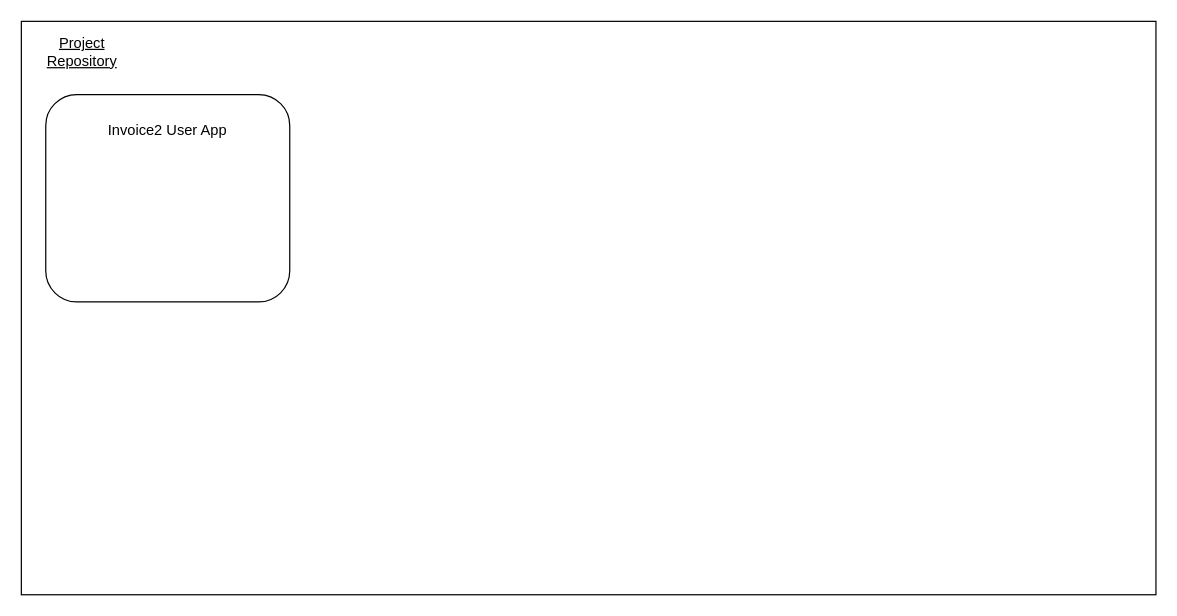
Earlier version of the draw.io diagram ProjectRepository.drawio (terabajt/invoices2). Source tidied: cells renumbered, new cells numbered last; positions are measured from the earlier drawing's top-left corner, leaving out a move shared by most shapes. Both pictures are drawn from the tidied source at 122%, with x=0, y=0 at pixel (21, 21).
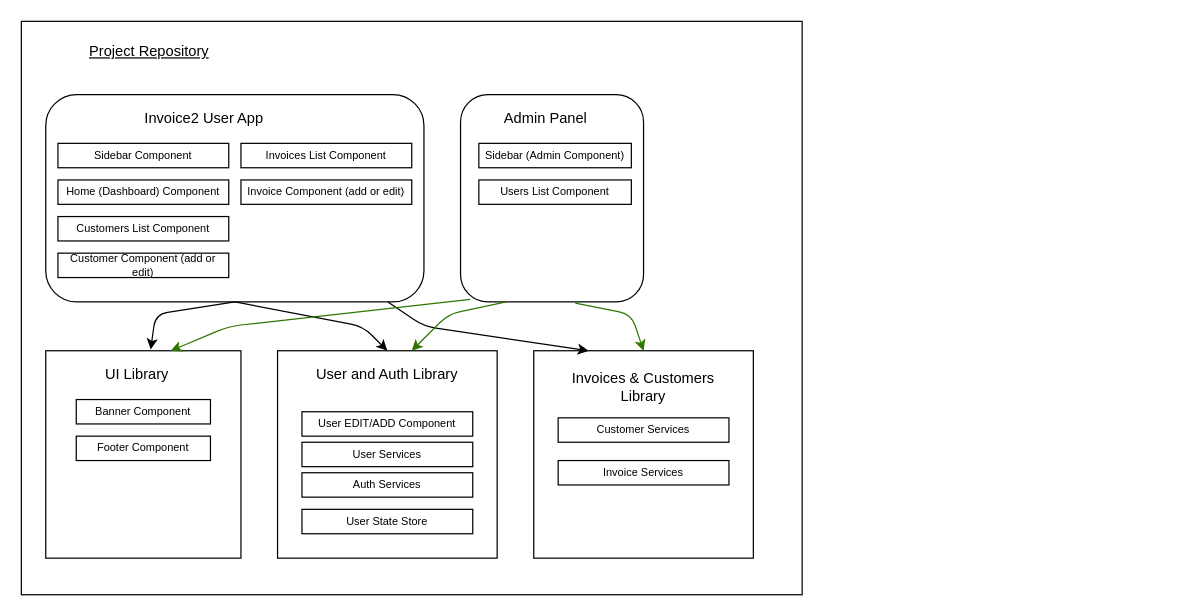
The same page after the edit.

Commit message (it also covers changes not shown here):
Added new elements to the diagram

What changed in the source:
```diff
@@
     <mxCell id="2" style="rounded=0;whiteSpace=wrap;html=1;" parent="1" vertex="1">
-      <mxGeometry width="930" height="470" as="geometry" />
+      <mxGeometry width="640" height="470" as="geometry" />
     </mxCell>
     <mxCell id="3" value="&lt;u&gt;Project Repository&lt;/u&gt;" style="text;html=1;strokeColor=none;fillColor=none;align=center;verticalAlign=middle;whiteSpace=wrap;rounded=0;" parent="1" vertex="1">
-      <mxGeometry x="20" y="10" width="60" height="30" as="geometry" />
+      <mxGeometry x="20" y="10" width="170" height="30" as="geometry" />
     </mxCell>
     <mxCell id="4" style="rounded=1;whiteSpace=wrap;html=1;" parent="1" vertex="1">
-      <mxGeometry x="20" y="60" width="200" height="170" as="geometry" />
+      <mxGeometry x="20" y="60" width="310" height="170" as="geometry" />
     </mxCell>
     <mxCell id="5" value="Invoice2 User App" style="text;html=1;strokeColor=none;fillColor=none;align=center;verticalAlign=middle;whiteSpace=wrap;rounded=0;" parent="1" vertex="1">
-      <mxGeometry x="65" y="70" width="110" height="40" as="geometry" />
+      <mxGeometry x="95" y="60" width="110" height="40" as="geometry" />
     </mxCell>
+    <mxCell id="6" value="Sidebar Component" style="whiteSpace=wrap;html=1;align=center;newEdgeStyle={&quot;edgeStyle&quot;:&quot;elbowEdgeStyle&quot;,&quot;startArrow&quot;:&quot;none&quot;,&quot;endArrow&quot;:&quot;none&quot;};fontSize=9;" parent="1" vertex="1" collapsed="1">
+      <mxGeometry x="30" y="100" width="140" height="20" as="geometry" />
+    </mxCell>
+    <mxCell id="7" value="Invoices List Component" style="whiteSpace=wrap;html=1;align=center;newEdgeStyle={&quot;edgeStyle&quot;:&quot;elbowEdgeStyle&quot;,&quot;startArrow&quot;:&quot;none&quot;,&quot;endArrow&quot;:&quot;none&quot;};fontSize=9;" parent="1" vertex="1" collapsed="1">
+      <mxGeometry x="180" y="100" width="140" height="20" as="geometry" />
+    </mxCell>
+    <mxCell id="8" style="rounded=1;whiteSpace=wrap;html=1;arcSize=0;" parent="1" vertex="1">
+      <mxGeometry x="20" y="270" width="160" height="170" as="geometry" />
+    </mxCell>
+    <mxCell id="9" value="UI Library" style="text;html=1;strokeColor=none;fillColor=none;align=center;verticalAlign=middle;whiteSpace=wrap;rounded=0;" parent="1" vertex="1">
+      <mxGeometry x="40" y="270" width="110" height="40" as="geometry" />
+    </mxCell>
+    <mxCell id="10" value="Banner Component" style="whiteSpace=wrap;html=1;align=center;newEdgeStyle={&quot;edgeStyle&quot;:&quot;elbowEdgeStyle&quot;,&quot;startArrow&quot;:&quot;none&quot;,&quot;endArrow&quot;:&quot;none&quot;};fontSize=9;" parent="1" vertex="1" collapsed="1">
+      <mxGeometry x="45" y="310" width="110" height="20" as="geometry" />
+    </mxCell>
+    <mxCell id="11" value="Footer Component" style="whiteSpace=wrap;html=1;align=center;newEdgeStyle={&quot;edgeStyle&quot;:&quot;elbowEdgeStyle&quot;,&quot;startArrow&quot;:&quot;none&quot;,&quot;endArrow&quot;:&quot;none&quot;};fontSize=9;" parent="1" vertex="1" collapsed="1">
+      <mxGeometry x="45" y="340" width="110" height="20" as="geometry" />
+    </mxCell>
+    <mxCell id="12" value="Home (Dashboard) Component" style="whiteSpace=wrap;html=1;align=center;newEdgeStyle={&quot;edgeStyle&quot;:&quot;elbowEdgeStyle&quot;,&quot;startArrow&quot;:&quot;none&quot;,&quot;endArrow&quot;:&quot;none&quot;};fontSize=9;" parent="1" vertex="1" collapsed="1">
+      <mxGeometry x="30" y="130" width="140" height="20" as="geometry" />
+    </mxCell>
+    <mxCell id="13" value="Invoice Component (add or edit)" style="whiteSpace=wrap;html=1;align=center;newEdgeStyle={&quot;edgeStyle&quot;:&quot;elbowEdgeStyle&quot;,&quot;startArrow&quot;:&quot;none&quot;,&quot;endArrow&quot;:&quot;none&quot;};fontSize=9;" parent="1" vertex="1" collapsed="1">
+      <mxGeometry x="180" y="130" width="140" height="20" as="geometry" />
+    </mxCell>
+    <mxCell id="14" value="Customers List Component" style="whiteSpace=wrap;html=1;align=center;newEdgeStyle={&quot;edgeStyle&quot;:&quot;elbowEdgeStyle&quot;,&quot;startArrow&quot;:&quot;none&quot;,&quot;endArrow&quot;:&quot;none&quot;};fontSize=9;" parent="1" vertex="1" collapsed="1">
+      <mxGeometry x="30" y="160" width="140" height="20" as="geometry" />
+    </mxCell>
+    <mxCell id="15" value="Customer Component (add or edit)" style="whiteSpace=wrap;html=1;align=center;newEdgeStyle={&quot;edgeStyle&quot;:&quot;elbowEdgeStyle&quot;,&quot;startArrow&quot;:&quot;none&quot;,&quot;endArrow&quot;:&quot;none&quot;};fontSize=9;" parent="1" vertex="1" collapsed="1">
+      <mxGeometry x="30" y="190" width="140" height="20" as="geometry" />
+    </mxCell>
+    <mxCell id="16" style="rounded=1;whiteSpace=wrap;html=1;" parent="1" vertex="1">
+      <mxGeometry x="360" y="60" width="150" height="170" as="geometry" />
+    </mxCell>
+    <mxCell id="17" value="Admin Panel" style="text;html=1;strokeColor=none;fillColor=none;align=center;verticalAlign=middle;whiteSpace=wrap;rounded=0;" parent="1" vertex="1">
+      <mxGeometry x="375" y="60" width="110" height="40" as="geometry" />
+    </mxCell>
+    <mxCell id="18" value="Sidebar (Admin Component)" style="whiteSpace=wrap;html=1;align=center;newEdgeStyle={&quot;edgeStyle&quot;:&quot;elbowEdgeStyle&quot;,&quot;startArrow&quot;:&quot;none&quot;,&quot;endArrow&quot;:&quot;none&quot;};fontSize=9;" parent="1" vertex="1" collapsed="1">
+      <mxGeometry x="375" y="100" width="125" height="20" as="geometry" />
+    </mxCell>
+    <mxCell id="19" value="Users List Component" style="whiteSpace=wrap;html=1;align=center;newEdgeStyle={&quot;edgeStyle&quot;:&quot;elbowEdgeStyle&quot;,&quot;startArrow&quot;:&quot;none&quot;,&quot;endArrow&quot;:&quot;none&quot;};fontSize=9;" parent="1" vertex="1" collapsed="1">
+      <mxGeometry x="375" y="130" width="125" height="20" as="geometry" />
+    </mxCell>
+    <mxCell id="20" style="rounded=1;whiteSpace=wrap;html=1;arcSize=0;" parent="1" vertex="1">
+      <mxGeometry x="210" y="270" width="180" height="170" as="geometry" />
+    </mxCell>
+    <mxCell id="21" value="User and Auth Library" style="text;html=1;strokeColor=none;fillColor=none;align=center;verticalAlign=middle;whiteSpace=wrap;rounded=0;" parent="1" vertex="1">
+      <mxGeometry x="240" y="270" width="120" height="40" as="geometry" />
+    </mxCell>
+    <mxCell id="22" value="User EDIT/ADD Component" style="whiteSpace=wrap;html=1;align=center;newEdgeStyle={&quot;edgeStyle&quot;:&quot;elbowEdgeStyle&quot;,&quot;startArrow&quot;:&quot;none&quot;,&quot;endArrow&quot;:&quot;none&quot;};fontSize=9;" parent="1" vertex="1" collapsed="1">
+      <mxGeometry x="230" y="320" width="140" height="20" as="geometry" />
+    </mxCell>
+    <mxCell id="23" value="User Services" style="whiteSpace=wrap;html=1;align=center;newEdgeStyle={&quot;edgeStyle&quot;:&quot;elbowEdgeStyle&quot;,&quot;startArrow&quot;:&quot;none&quot;,&quot;endArrow&quot;:&quot;none&quot;};fontSize=9;" parent="1" vertex="1" collapsed="1">
+      <mxGeometry x="230" y="345" width="140" height="20" as="geometry" />
+    </mxCell>
+    <mxCell id="24" value="Auth Services" style="whiteSpace=wrap;html=1;align=center;newEdgeStyle={&quot;edgeStyle&quot;:&quot;elbowEdgeStyle&quot;,&quot;startArrow&quot;:&quot;none&quot;,&quot;endArrow&quot;:&quot;none&quot;};fontSize=9;" parent="1" vertex="1" collapsed="1">
+      <mxGeometry x="230" y="370" width="140" height="20" as="geometry" />
+    </mxCell>
+    <mxCell id="25" value="User State Store" style="whiteSpace=wrap;html=1;align=center;newEdgeStyle={&quot;edgeStyle&quot;:&quot;elbowEdgeStyle&quot;,&quot;startArrow&quot;:&quot;none&quot;,&quot;endArrow&quot;:&quot;none&quot;};fontSize=9;" parent="1" vertex="1" collapsed="1">
+      <mxGeometry x="230" y="400" width="140" height="20" as="geometry" />
+    </mxCell>
+    <mxCell id="26" style="rounded=1;whiteSpace=wrap;html=1;arcSize=0;" parent="1" vertex="1">
+      <mxGeometry x="420" y="270" width="180" height="170" as="geometry" />
+    </mxCell>
+    <mxCell id="27" value="Invoices &amp;amp; Customers Library" style="text;html=1;strokeColor=none;fillColor=none;align=center;verticalAlign=middle;whiteSpace=wrap;rounded=0;" parent="1" vertex="1">
+      <mxGeometry x="450" y="280" width="120" height="40" as="geometry" />
+    </mxCell>
+    <mxCell id="28" value="Customer Services" style="whiteSpace=wrap;html=1;align=center;newEdgeStyle={&quot;edgeStyle&quot;:&quot;elbowEdgeStyle&quot;,&quot;startArrow&quot;:&quot;none&quot;,&quot;endArrow&quot;:&quot;none&quot;};fontSize=9;" parent="1" vertex="1" collapsed="1">
+      <mxGeometry x="440" y="325" width="140" height="20" as="geometry" />
+    </mxCell>
+    <mxCell id="29" value="Invoice Services" style="whiteSpace=wrap;html=1;align=center;newEdgeStyle={&quot;edgeStyle&quot;:&quot;elbowEdgeStyle&quot;,&quot;startArrow&quot;:&quot;none&quot;,&quot;endArrow&quot;:&quot;none&quot;};fontSize=9;" parent="1" vertex="1" collapsed="1">
+      <mxGeometry x="440" y="360" width="140" height="20" as="geometry" />
+    </mxCell>
+    <mxCell id="30" style="endArrow=classic;html=1;fontSize=9;exitX=0.5;exitY=1;exitDx=0;exitDy=0;entryX=0.6;entryY=-0.025;entryDx=0;entryDy=0;entryPerimeter=0;" parent="1" edge="1" source="4" target="9">
+      <mxGeometry relative="1" as="geometry">
+        <Array as="points">
+          <mxPoint x="110" y="240" />
+        </Array>
+      </mxGeometry>
+    </mxCell>
+    <mxCell id="31" style="endArrow=classic;html=1;fontSize=9;exitX=0.5;exitY=1;exitDx=0;exitDy=0;entryX=0.5;entryY=0;entryDx=0;entryDy=0;" parent="1" edge="1" source="4" target="21">
+      <mxGeometry relative="1" as="geometry">
+        <Array as="points">
+          <mxPoint x="280" y="250" />
+        </Array>
+      </mxGeometry>
+    </mxCell>
+    <mxCell id="32" style="endArrow=classic;html=1;fontSize=9;entryX=0.25;entryY=0;entryDx=0;entryDy=0;" parent="1" edge="1" source="4" target="26">
+      <mxGeometry relative="1" as="geometry">
+        <Array as="points">
+          <mxPoint x="330" y="250" />
+        </Array>
+      </mxGeometry>
+    </mxCell>
+    <mxCell id="33" style="endArrow=classic;html=1;fontSize=9;exitX=0.053;exitY=0.988;exitDx=0;exitDy=0;exitPerimeter=0;entryX=0.75;entryY=0;entryDx=0;entryDy=0;fillColor=#60a917;strokeColor=#2D7600;" parent="1" edge="1" source="16" target="9">
+      <mxGeometry relative="1" as="geometry">
+        <Array as="points">
+          <mxPoint x="170" y="250" />
+        </Array>
+      </mxGeometry>
+    </mxCell>
+    <mxCell id="34" style="endArrow=classic;html=1;fontSize=9;fillColor=#60a917;strokeColor=#2D7600;exitX=0.25;exitY=1;exitDx=0;exitDy=0;" parent="1" edge="1" source="16" target="21">
+      <mxGeometry relative="1" as="geometry">
+        <Array as="points">
+          <mxPoint x="350" y="240" />
+        </Array>
+      </mxGeometry>
+    </mxCell>
+    <mxCell id="35" style="endArrow=classic;html=1;fontSize=9;exitX=0.627;exitY=1.006;exitDx=0;exitDy=0;exitPerimeter=0;entryX=0.5;entryY=0;entryDx=0;entryDy=0;fillColor=#60a917;strokeColor=#2D7600;" parent="1" edge="1" source="16" target="26">
+      <mxGeometry relative="1" as="geometry">
+        <Array as="points">
+          <mxPoint x="500" y="240" />
+        </Array>
+      </mxGeometry>
+    </mxCell>
```
